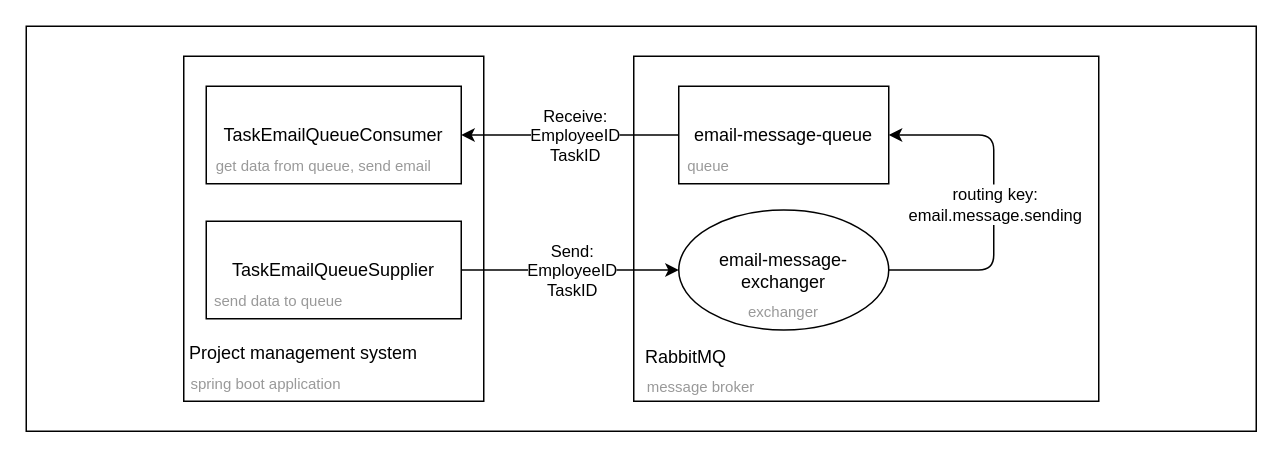
Earlier version of the draw.io diagram doc/arch/use-case/drawio/rabbitMQ.drawio (PavelNaymovets/project_management_system). Source tidied: cells renumbered, new cells numbered last; positions are measured from the earlier drawing's top-left corner, leaving out a move shared by most shapes. Both pictures are drawn from the tidied source at 150%, with x=0, y=0 at pixel (26, 26).
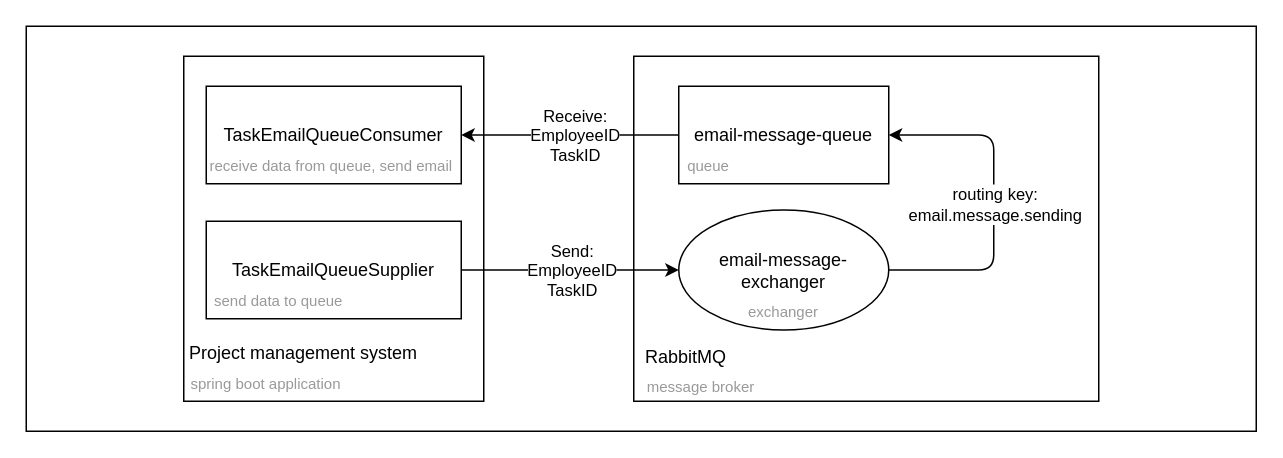
After the change.

Diff of the diagram source:
```diff
@@
-    <mxCell id="13" value="&lt;font color=&quot;#999999&quot; style=&quot;font-size: 10px;&quot;&gt;get data from queue, send email&lt;/font&gt;" style="text;html=1;strokeColor=none;fillColor=none;align=center;verticalAlign=middle;whiteSpace=wrap;rounded=0;" parent="1" vertex="1">
-      <mxGeometry x="120" y="80" width="157" height="25" as="geometry" />
+    <mxCell id="13" value="&lt;font color=&quot;#999999&quot; style=&quot;font-size: 10px;&quot;&gt;receive data from queue, send email&lt;/font&gt;" style="text;html=1;strokeColor=none;fillColor=none;align=center;verticalAlign=middle;whiteSpace=wrap;rounded=0;" parent="1" vertex="1">
+      <mxGeometry x="120" y="80" width="167" height="25" as="geometry" />
     </mxCell>
```
